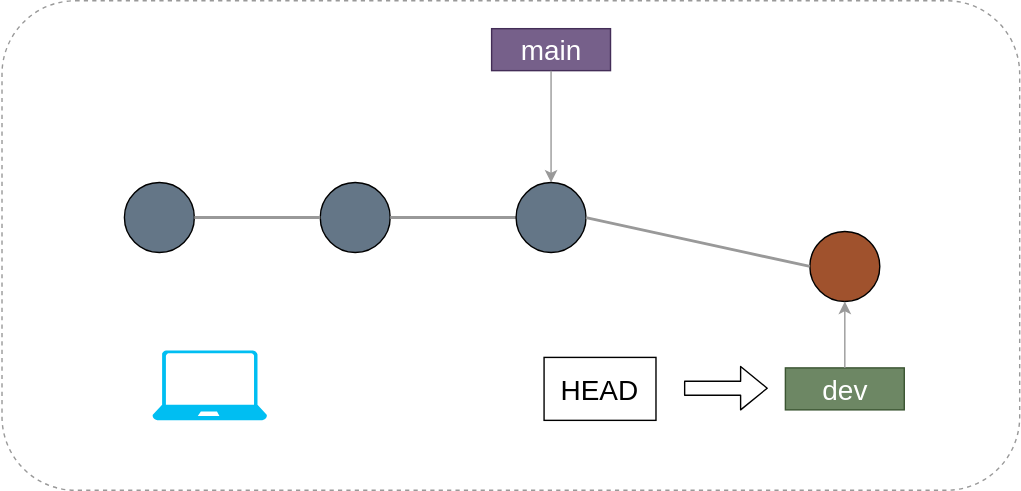
kazuyanagimoto/github-workshop keeps this draw.io diagram as slidev/drawio/wf_branch.svg. Above is the earlier version. Source tidied: cells renumbered, new cells last; positions are measured from the earlier drawing's top-left corner, leaving out a move shared by most shapes. The source it was exported from:
```xml
<mxGraphModel>
  <root>
    <mxCell id="0" />
    <mxCell id="1" parent="0" />
    <mxCell id="2" style="ellipse;whiteSpace=wrap;html=1;fillColor=#647687;fontColor=#ffffff;strokeColor=#000000;" parent="1" vertex="1">
      <mxGeometry x="88" y="130" width="50" height="50" as="geometry" />
    </mxCell>
    <mxCell id="3" style="ellipse;whiteSpace=wrap;html=1;fillColor=#647687;fontColor=#ffffff;strokeColor=#000000;" parent="1" vertex="1">
      <mxGeometry x="228" y="130" width="50" height="50" as="geometry" />
    </mxCell>
    <mxCell id="4" style="ellipse;whiteSpace=wrap;html=1;fontColor=#ffffff;strokeColor=#000000;fillColor=#A0522D;" parent="1" vertex="1">
      <mxGeometry x="578" y="165" width="50" height="50" as="geometry" />
    </mxCell>
    <mxCell id="5" style="endArrow=none;html=1;entryX=0;entryY=0.5;entryDx=0;entryDy=0;exitX=1;exitY=0.5;exitDx=0;exitDy=0;strokeColor=#999999;strokeWidth=2;" parent="1" edge="1" source="2" target="3">
      <mxGeometry relative="1" as="geometry" />
    </mxCell>
    <mxCell id="6" style="endArrow=none;html=1;entryX=0;entryY=0.5;entryDx=0;entryDy=0;exitX=1;exitY=0.5;exitDx=0;exitDy=0;strokeColor=#999999;strokeWidth=2;" parent="1" edge="1" source="3" target="11">
      <mxGeometry relative="1" as="geometry" />
    </mxCell>
    <mxCell id="7" style="verticalLabelPosition=bottom;html=1;verticalAlign=top;align=center;strokeColor=none;fillColor=#00BEF2;shape=mxgraph.azure.laptop;fontSize=15;" parent="1" vertex="1">
      <mxGeometry x="108" y="250" width="82" height="50" as="geometry" />
    </mxCell>
    <mxCell id="8" value="main" style="rounded=1;whiteSpace=wrap;html=1;fillColor=#76608a;strokeColor=#432D57;fontColor=#ffffff;fontSize=20;arcSize=0;" parent="1" vertex="1">
      <mxGeometry x="350.5" y="20" width="85" height="30" as="geometry" />
    </mxCell>
    <mxCell id="9" style="endArrow=classic;html=1;fontSize=20;exitX=0.5;exitY=1;exitDx=0;exitDy=0;entryX=0.5;entryY=0;entryDx=0;entryDy=0;strokeColor=#999999;" parent="1" edge="1" source="8">
      <mxGeometry relative="1" as="geometry">
        <mxPoint x="393" y="130" as="targetPoint" />
      </mxGeometry>
    </mxCell>
    <mxCell id="10" style="rounded=1;whiteSpace=wrap;html=1;fontSize=16;strokeColor=#999999;dashed=1;fillColor=none;" parent="1" vertex="1">
      <mxGeometry x="0.5" width="727.5" height="350" as="geometry" />
    </mxCell>
    <mxCell id="11" style="ellipse;whiteSpace=wrap;html=1;fillColor=#647687;fontColor=#ffffff;strokeColor=#000000;" parent="1" vertex="1">
      <mxGeometry x="368" y="130" width="50" height="50" as="geometry" />
    </mxCell>
    <mxCell id="12" style="endArrow=none;html=1;entryX=1;entryY=0.5;entryDx=0;entryDy=0;exitX=0;exitY=0.5;exitDx=0;exitDy=0;strokeColor=#999999;strokeWidth=2;" parent="1" edge="1" source="4" target="11">
      <mxGeometry relative="1" as="geometry" />
    </mxCell>
    <mxCell id="13" value="dev" style="rounded=1;whiteSpace=wrap;html=1;fillColor=#6d8764;strokeColor=#3A5431;fontColor=#ffffff;fontSize=20;arcSize=0;" parent="1" vertex="1">
      <mxGeometry x="560.5" y="262.5" width="85" height="30" as="geometry" />
    </mxCell>
    <mxCell id="14" style="endArrow=classic;html=1;fontSize=20;exitX=0.5;exitY=0;exitDx=0;exitDy=0;strokeColor=#999999;entryX=0.5;entryY=1;entryDx=0;entryDy=0;" parent="1" edge="1" source="13" target="4">
      <mxGeometry relative="1" as="geometry" />
    </mxCell>
    <mxCell id="15" value="HEAD" style="rounded=0;whiteSpace=wrap;html=1;fontSize=20;fillColor=none;" parent="1" vertex="1">
      <mxGeometry x="388" y="255" width="80" height="45" as="geometry" />
    </mxCell>
    <mxCell id="16" style="shape=flexArrow;endArrow=classic;html=1;fontSize=20;" parent="1" edge="1">
      <mxGeometry relative="1" as="geometry">
        <mxPoint x="488" y="277" as="sourcePoint" />
        <mxPoint x="548" y="277" as="targetPoint" />
      </mxGeometry>
    </mxCell>
  </root>
</mxGraphModel>
```
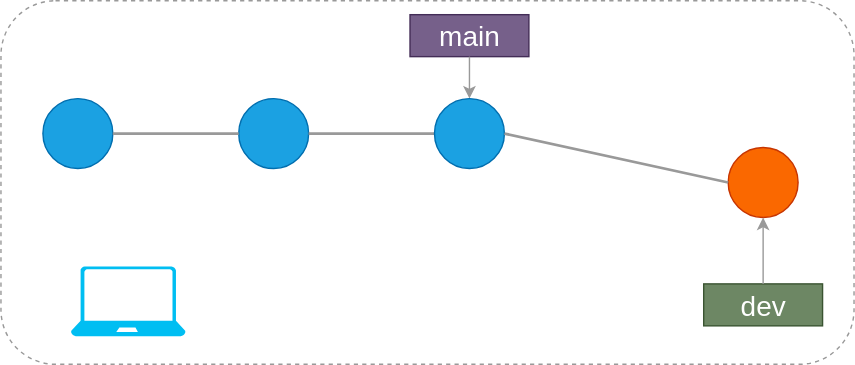
Later version of the same file.

Diff of the diagram source:
```diff
@@ -2,13 +2,13 @@
   <root>
     <mxCell id="0" />
     <mxCell id="1" parent="0" />
-    <mxCell id="2" style="ellipse;whiteSpace=wrap;html=1;fillColor=#647687;fontColor=#ffffff;strokeColor=#000000;" parent="1" vertex="1">
+    <mxCell id="2" style="ellipse;whiteSpace=wrap;html=1;fillColor=#1ba1e2;fontColor=#ffffff;strokeColor=#006EAF;" parent="1" vertex="1">
       <mxGeometry x="88" y="130" width="50" height="50" as="geometry" />
     </mxCell>
-    <mxCell id="3" style="ellipse;whiteSpace=wrap;html=1;fillColor=#647687;fontColor=#ffffff;strokeColor=#000000;" parent="1" vertex="1">
+    <mxCell id="3" style="ellipse;whiteSpace=wrap;html=1;fillColor=#1ba1e2;fontColor=#ffffff;strokeColor=#006EAF;" parent="1" vertex="1">
       <mxGeometry x="228" y="130" width="50" height="50" as="geometry" />
     </mxCell>
-    <mxCell id="4" style="ellipse;whiteSpace=wrap;html=1;fontColor=#ffffff;strokeColor=#000000;fillColor=#A0522D;" parent="1" vertex="1">
+    <mxCell id="4" style="ellipse;whiteSpace=wrap;html=1;fontColor=#000000;strokeColor=#C73500;fillColor=#fa6800;" parent="1" vertex="1">
       <mxGeometry x="578" y="165" width="50" height="50" as="geometry" />
     </mxCell>
     <mxCell id="5" style="endArrow=none;html=1;entryX=0;entryY=0.5;entryDx=0;entryDy=0;exitX=1;exitY=0.5;exitDx=0;exitDy=0;strokeColor=#999999;strokeWidth=2;" parent="1" edge="1" source="2" target="3">
@@ -21,7 +21,7 @@
       <mxGeometry x="108" y="250" width="82" height="50" as="geometry" />
     </mxCell>
     <mxCell id="8" value="main" style="rounded=1;whiteSpace=wrap;html=1;fillColor=#76608a;strokeColor=#432D57;fontColor=#ffffff;fontSize=20;arcSize=0;" parent="1" vertex="1">
-      <mxGeometry x="350.5" y="20" width="85" height="30" as="geometry" />
+      <mxGeometry x="350.5" y="70" width="85" height="30" as="geometry" />
     </mxCell>
     <mxCell id="9" style="endArrow=classic;html=1;fontSize=20;exitX=0.5;exitY=1;exitDx=0;exitDy=0;entryX=0.5;entryY=0;entryDx=0;entryDy=0;strokeColor=#999999;" parent="1" edge="1" source="8">
       <mxGeometry relative="1" as="geometry">
@@ -29,9 +29,9 @@
       </mxGeometry>
     </mxCell>
     <mxCell id="10" style="rounded=1;whiteSpace=wrap;html=1;fontSize=16;strokeColor=#999999;dashed=1;fillColor=none;" parent="1" vertex="1">
-      <mxGeometry x="0.5" width="727.5" height="350" as="geometry" />
+      <mxGeometry x="58" y="60" width="610" height="260" as="geometry" />
     </mxCell>
-    <mxCell id="11" style="ellipse;whiteSpace=wrap;html=1;fillColor=#647687;fontColor=#ffffff;strokeColor=#000000;" parent="1" vertex="1">
+    <mxCell id="11" style="ellipse;whiteSpace=wrap;html=1;fillColor=#1ba1e2;fontColor=#ffffff;strokeColor=#006EAF;" parent="1" vertex="1">
       <mxGeometry x="368" y="130" width="50" height="50" as="geometry" />
     </mxCell>
     <mxCell id="12" style="endArrow=none;html=1;entryX=1;entryY=0.5;entryDx=0;entryDy=0;exitX=0;exitY=0.5;exitDx=0;exitDy=0;strokeColor=#999999;strokeWidth=2;" parent="1" edge="1" source="4" target="11">
@@ -43,10 +43,10 @@
     <mxCell id="14" style="endArrow=classic;html=1;fontSize=20;exitX=0.5;exitY=0;exitDx=0;exitDy=0;strokeColor=#999999;entryX=0.5;entryY=1;entryDx=0;entryDy=0;" parent="1" edge="1" source="13" target="4">
       <mxGeometry relative="1" as="geometry" />
     </mxCell>
-    <mxCell id="15" value="HEAD" style="rounded=0;whiteSpace=wrap;html=1;fontSize=20;fillColor=none;" parent="1" vertex="1">
+    <mxCell id="15" value="&lt;font color=&quot;#ffffff&quot;&gt;HEAD&lt;/font&gt;" style="rounded=0;whiteSpace=wrap;html=1;fontSize=20;fillColor=none;strokeColor=#FFFFFF;" parent="1" vertex="1">
       <mxGeometry x="388" y="255" width="80" height="45" as="geometry" />
     </mxCell>
-    <mxCell id="16" style="shape=flexArrow;endArrow=classic;html=1;fontSize=20;" parent="1" edge="1">
+    <mxCell id="16" style="shape=flexArrow;endArrow=classic;html=1;fontSize=20;strokeColor=#FFFFFF;" parent="1" edge="1">
       <mxGeometry relative="1" as="geometry">
         <mxPoint x="488" y="277" as="sourcePoint" />
         <mxPoint x="548" y="277" as="targetPoint" />
```
